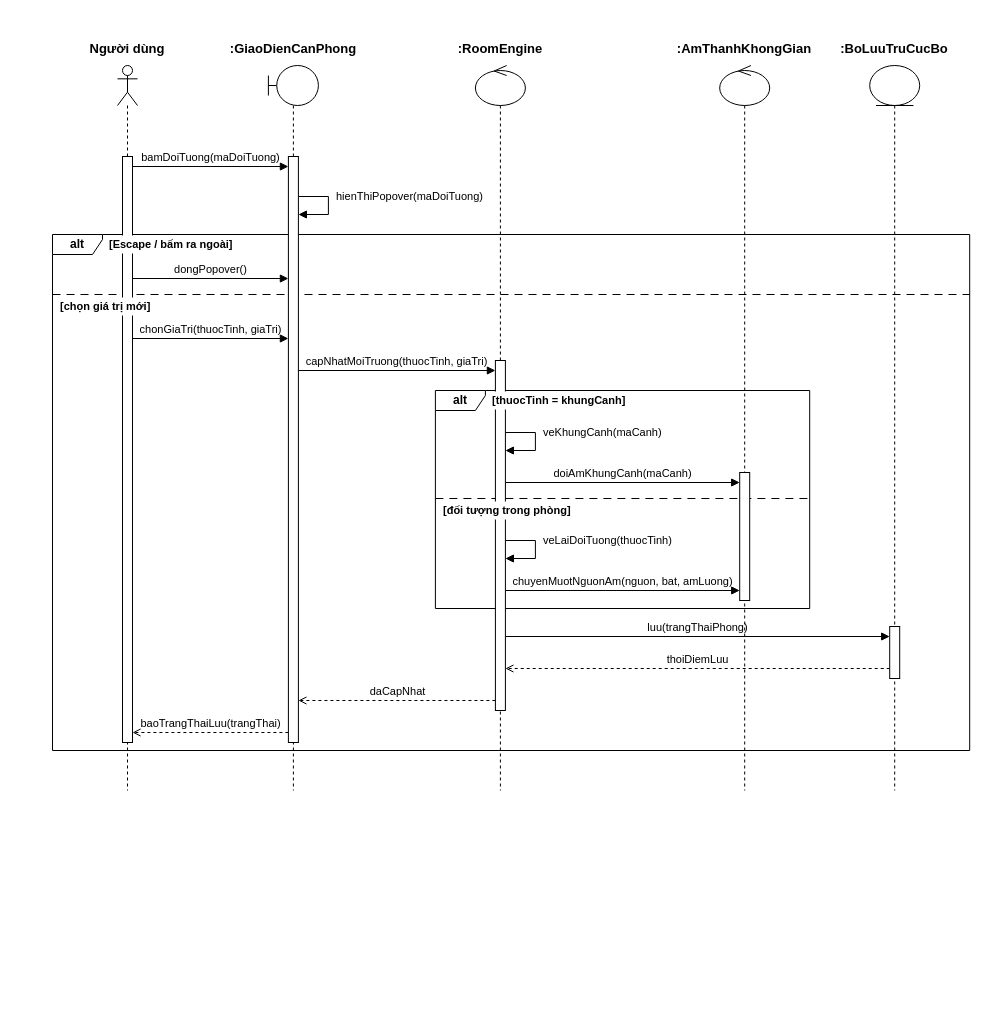
Earlier version of the draw.io diagram page "S2" (15 of 30) of docs/analysis/FocuSpace_Diagrams.drawio (CaoLePhucThinh2203/FocuSpace). Source tidied: cells renumbered, new cells numbered last; positions are measured from the earlier drawing's top-left corner, leaving out a move shared by most shapes. Both pictures are drawn from the tidied source at 100%, with x=0, y=0 at pixel (42, 33).
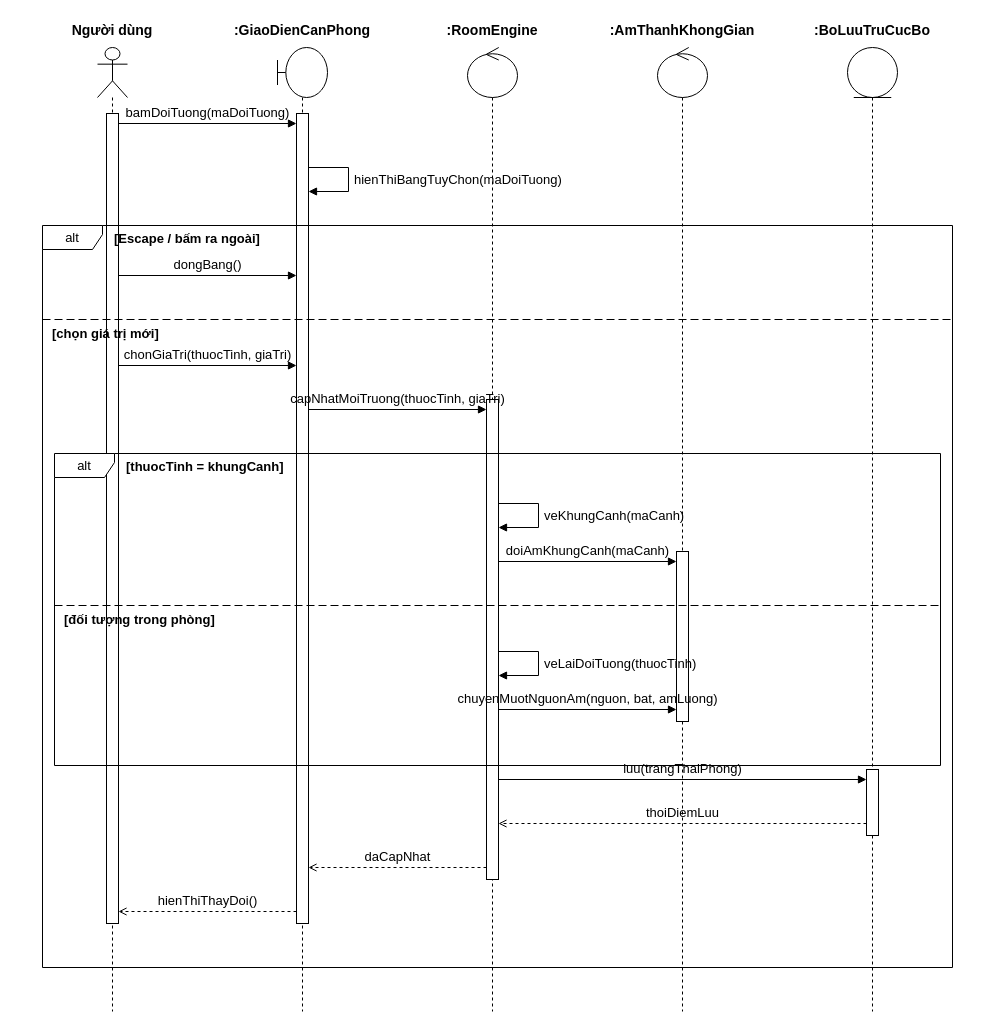
After the change.

Diff of the diagram source:
```diff
@@
-    <mxCell id="2" value="alt" style="shape=umlFrame;whiteSpace=wrap;html=1;width=50;height=20;fontStyle=1;fillColor=none;" parent="1" vertex="1">
-      <mxGeometry x="10" y="201" width="917.2" height="516" as="geometry" />
-    </mxCell>
-    <mxCell id="3" style="line;strokeWidth=1;fillColor=none;align=left;verticalAlign=middle;spacingTop=-1;spacingLeft=3;spacingRight=3;labelPosition=right;strokeColor=inherit;dashed=1;dashPattern=8 6;" parent="1" vertex="1">
-      <mxGeometry x="10" y="257" width="917.2" height="8" as="geometry" />
-    </mxCell>
-    <mxCell id="4" value="alt" style="shape=umlFrame;whiteSpace=wrap;html=1;width=50;height=20;fontStyle=1;fillColor=none;" parent="1" vertex="1">
-      <mxGeometry x="392.9" y="357" width="374.3" height="218" as="geometry" />
-    </mxCell>
-    <mxCell id="5" style="line;strokeWidth=1;fillColor=none;align=left;verticalAlign=middle;spacingTop=-1;spacingLeft=3;spacingRight=3;labelPosition=right;strokeColor=inherit;dashed=1;dashPattern=8 6;" parent="1" vertex="1">
-      <mxGeometry x="392.9" y="461" width="374.3" height="8" as="geometry" />
-    </mxCell>
-    <mxCell id="6" value="Người dùng" style="text;html=1;whiteSpace=wrap;strokeColor=none;fillColor=none;align=center;verticalAlign=middle;rounded=0;fontSize=13;fontStyle=1;" parent="1" vertex="1">
-      <mxGeometry width="170" height="30" as="geometry" />
+    <mxCell id="6" value="Người dùng" style="text;html=1;whiteSpace=wrap;strokeColor=none;fillColor=none;align=center;verticalAlign=middle;rounded=0;fontSize=14;fontStyle=1;" parent="1" vertex="1">
+      <mxGeometry x="-25" y="-16" width="190" height="26" as="geometry" />
     </mxCell>
-    <mxCell id="7" style="shape=umlLifeline;perimeter=lifelinePerimeter;whiteSpace=wrap;html=1;participant=umlActor;size=40;" parent="1" vertex="1">
-      <mxGeometry x="75" y="32" width="20" height="725" as="geometry" />
-    </mxCell>
+    <mxCell id="41" style="shape=umlLifeline;perimeter=lifelinePerimeter;whiteSpace=wrap;html=1;participant=umlActor;size=50;" parent="1" vertex="1">
+      <mxGeometry x="55" y="14" width="30" height="964" as="geometry" />
+    </mxCell>
-    <mxCell id="8" value=":GiaoDienCanPhong" style="text;html=1;whiteSpace=wrap;strokeColor=none;fillColor=none;align=center;verticalAlign=middle;rounded=0;fontSize=13;fontStyle=1;" parent="1" vertex="1">
-      <mxGeometry x="165.9" width="170" height="30" as="geometry" />
+    <mxCell id="8" value=":GiaoDienCanPhong" style="text;html=1;whiteSpace=wrap;strokeColor=none;fillColor=none;align=center;verticalAlign=middle;rounded=0;fontSize=14;fontStyle=1;" parent="1" vertex="1">
+      <mxGeometry x="165" y="-16" width="190" height="26" as="geometry" />
     </mxCell>
-    <mxCell id="9" style="shape=umlLifeline;perimeter=lifelinePerimeter;whiteSpace=wrap;html=1;participant=umlBoundary;size=40;" parent="1" vertex="1">
-      <mxGeometry x="225.9" y="32" width="50" height="725" as="geometry" />
-    </mxCell>
+    <mxCell id="42" style="shape=umlLifeline;perimeter=lifelinePerimeter;whiteSpace=wrap;html=1;participant=umlBoundary;size=50;" parent="1" vertex="1">
+      <mxGeometry x="235" y="14" width="50" height="964" as="geometry" />
+    </mxCell>
-    <mxCell id="10" value=":RoomEngine" style="text;html=1;whiteSpace=wrap;strokeColor=none;fillColor=none;align=center;verticalAlign=middle;rounded=0;fontSize=13;fontStyle=1;" parent="1" vertex="1">
-      <mxGeometry x="372.9" width="170" height="30" as="geometry" />
+    <mxCell id="10" value=":RoomEngine" style="text;html=1;whiteSpace=wrap;strokeColor=none;fillColor=none;align=center;verticalAlign=middle;rounded=0;fontSize=14;fontStyle=1;" parent="1" vertex="1">
+      <mxGeometry x="355" y="-16" width="190" height="26" as="geometry" />
     </mxCell>
-    <mxCell id="11" style="shape=umlLifeline;perimeter=lifelinePerimeter;whiteSpace=wrap;html=1;participant=umlControl;size=40;" parent="1" vertex="1">
-      <mxGeometry x="432.9" y="32" width="50" height="725" as="geometry" />
-    </mxCell>
+    <mxCell id="43" style="shape=umlLifeline;perimeter=lifelinePerimeter;whiteSpace=wrap;html=1;participant=umlControl;size=50;" parent="1" vertex="1">
+      <mxGeometry x="425" y="14" width="50" height="964" as="geometry" />
+    </mxCell>
-    <mxCell id="12" value=":AmThanhKhongGian" style="text;html=1;whiteSpace=wrap;strokeColor=none;fillColor=none;align=center;verticalAlign=middle;rounded=0;fontSize=13;fontStyle=1;" parent="1" vertex="1">
-      <mxGeometry x="617.2" width="170" height="30" as="geometry" />
+    <mxCell id="12" value=":AmThanhKhongGian" style="text;html=1;whiteSpace=wrap;strokeColor=none;fillColor=none;align=center;verticalAlign=middle;rounded=0;fontSize=14;fontStyle=1;" parent="1" vertex="1">
+      <mxGeometry x="545" y="-16" width="190" height="26" as="geometry" />
     </mxCell>
-    <mxCell id="13" style="shape=umlLifeline;perimeter=lifelinePerimeter;whiteSpace=wrap;html=1;participant=umlControl;size=40;" parent="1" vertex="1">
-      <mxGeometry x="677.2" y="32" width="50" height="725" as="geometry" />
-    </mxCell>
+    <mxCell id="44" style="shape=umlLifeline;perimeter=lifelinePerimeter;whiteSpace=wrap;html=1;participant=umlControl;size=50;" parent="1" vertex="1">
+      <mxGeometry x="615" y="14" width="50" height="964" as="geometry" />
+    </mxCell>
-    <mxCell id="14" value=":BoLuuTruCucBo" style="text;html=1;whiteSpace=wrap;strokeColor=none;fillColor=none;align=center;verticalAlign=middle;rounded=0;fontSize=13;fontStyle=1;" parent="1" vertex="1">
-      <mxGeometry x="767.2" width="170" height="30" as="geometry" />
+    <mxCell id="14" value=":BoLuuTruCucBo" style="text;html=1;whiteSpace=wrap;strokeColor=none;fillColor=none;align=center;verticalAlign=middle;rounded=0;fontSize=14;fontStyle=1;" parent="1" vertex="1">
+      <mxGeometry x="735" y="-16" width="190" height="26" as="geometry" />
     </mxCell>
-    <mxCell id="15" style="shape=umlLifeline;perimeter=lifelinePerimeter;whiteSpace=wrap;html=1;participant=umlEntity;size=40;" parent="1" vertex="1">
-      <mxGeometry x="827.2" y="32" width="50" height="725" as="geometry" />
-    </mxCell>
+    <mxCell id="45" style="shape=umlLifeline;perimeter=lifelinePerimeter;whiteSpace=wrap;html=1;participant=umlEntity;size=50;" parent="1" vertex="1">
+      <mxGeometry x="805" y="14" width="50" height="964" as="geometry" />
+    </mxCell>
+    <mxCell id="46" style="html=1;perimeter=orthogonalPerimeter;targetShapes=umlLifeline;" parent="1" vertex="1">
+      <mxGeometry x="64" y="80" width="12" height="810" as="geometry" />
+    </mxCell>
+    <mxCell id="47" style="html=1;perimeter=orthogonalPerimeter;targetShapes=umlLifeline;" parent="1" vertex="1">
+      <mxGeometry x="254" y="80" width="12" height="810" as="geometry" />
+    </mxCell>
+    <mxCell id="48" style="html=1;perimeter=orthogonalPerimeter;targetShapes=umlLifeline;" parent="1" vertex="1">
+      <mxGeometry x="444" y="366" width="12" height="480" as="geometry" />
+    </mxCell>
+    <mxCell id="49" style="html=1;perimeter=orthogonalPerimeter;targetShapes=umlLifeline;" parent="1" vertex="1">
+      <mxGeometry x="634" y="518" width="12" height="170" as="geometry" />
+    </mxCell>
+    <mxCell id="50" style="html=1;perimeter=orthogonalPerimeter;targetShapes=umlLifeline;" parent="1" vertex="1">
+      <mxGeometry x="824" y="736" width="12" height="66" as="geometry" />
+    </mxCell>
+    <mxCell id="51" value="alt" style="shape=umlFrame;whiteSpace=wrap;html=1;width=60;height=24;fontSize=13;" parent="1" vertex="1">
+      <mxGeometry x="12" y="420" width="886" height="312" as="geometry" />
+    </mxCell>
+    <mxCell id="39" value="[thuocTinh = khungCanh]" style="text;html=1;whiteSpace=wrap;strokeColor=none;fillColor=none;align=left;verticalAlign=middle;rounded=0;fontStyle=1;fontSize=13;" parent="1" vertex="1">
+      <mxGeometry x="82" y="422" width="520" height="22" as="geometry" />
+    </mxCell>
+    <mxCell id="52" style="endArrow=none;dashed=1;html=1;rounded=0;dashPattern=8 4;" parent="1" edge="1">
+      <mxGeometry relative="1" as="geometry">
+        <mxPoint x="12" y="572" as="sourcePoint" />
+        <mxPoint x="898" y="572" as="targetPoint" />
+      </mxGeometry>
+    </mxCell>
+    <mxCell id="40" value="[đối tượng trong phòng]" style="text;html=1;whiteSpace=wrap;strokeColor=none;fillColor=none;align=left;verticalAlign=middle;rounded=0;fontStyle=1;fontSize=13;" parent="1" vertex="1">
+      <mxGeometry x="20" y="575" width="520" height="22" as="geometry" />
+    </mxCell>
+    <mxCell id="53" value="alt" style="shape=umlFrame;whiteSpace=wrap;html=1;width=60;height=24;fontSize=13;" parent="1" vertex="1">
+      <mxGeometry y="192" width="910" height="742" as="geometry" />
+    </mxCell>
+    <mxCell id="37" value="[Escape / bấm ra ngoài]" style="text;html=1;whiteSpace=wrap;strokeColor=none;fillColor=none;align=left;verticalAlign=middle;rounded=0;fontStyle=1;fontSize=13;" parent="1" vertex="1">
+      <mxGeometry x="70" y="194" width="520" height="22" as="geometry" />
+    </mxCell>
+    <mxCell id="54" style="endArrow=none;dashed=1;html=1;rounded=0;dashPattern=8 4;" parent="1" edge="1">
+      <mxGeometry relative="1" as="geometry">
+        <mxPoint y="286" as="sourcePoint" />
+        <mxPoint x="910" y="286" as="targetPoint" />
+      </mxGeometry>
+    </mxCell>
+    <mxCell id="38" value="[chọn giá trị mới]" style="text;html=1;whiteSpace=wrap;strokeColor=none;fillColor=none;align=left;verticalAlign=middle;rounded=0;fontStyle=1;fontSize=13;" parent="1" vertex="1">
+      <mxGeometry x="8" y="289" width="520" height="22" as="geometry" />
+    </mxCell>
-    <mxCell id="16" value="bamDoiTuong(maDoiTuong)" style="html=1;verticalAlign=bottom;endArrow=block;endFill=1;fontSize=11;labelBackgroundColor=none;rounded=0;" parent="1" edge="1">
+    <mxCell id="16" value="bamDoiTuong(maDoiTuong)" style="html=1;verticalAlign=bottom;endArrow=block;endFill=1;rounded=0;fontSize=13;labelBackgroundColor=none;" parent="1" edge="1">
       <mxGeometry relative="1" as="geometry">
-        <mxPoint x="90" y="133" as="sourcePoint" />
-        <mxPoint x="245.9" y="133" as="targetPoint" />
+        <mxPoint x="76" y="90" as="sourcePoint" />
+        <mxPoint x="254" y="90" as="targetPoint" />
       </mxGeometry>
     </mxCell>
-    <mxCell id="17" style="html=1;endArrow=block;endFill=1;rounded=0;edgeStyle=none;" parent="1" edge="1">
-      <mxGeometry relative="1" as="geometry">
-        <mxPoint x="255.9" y="163" as="sourcePoint" />
-        <mxPoint x="255.9" y="181" as="targetPoint" />
-        <Array as="points">
-          <mxPoint x="285.9" y="163" />
-          <mxPoint x="285.9" y="181" />
-        </Array>
-      </mxGeometry>
-    </mxCell>
-    <mxCell id="18" value="hienThiPopover(maDoiTuong)" style="text;html=1;whiteSpace=wrap;strokeColor=none;fillColor=none;align=left;verticalAlign=middle;rounded=0;fontSize=11;" parent="1" vertex="1">
-      <mxGeometry x="291.9" y="154" width="157" height="18" as="geometry" />
-    </mxCell>
-    <mxCell id="19" value="dongPopover()" style="html=1;verticalAlign=bottom;endArrow=block;endFill=1;fontSize=11;labelBackgroundColor=none;rounded=0;" parent="1" edge="1">
-      <mxGeometry relative="1" as="geometry">
-        <mxPoint x="90" y="245" as="sourcePoint" />
-        <mxPoint x="245.9" y="245" as="targetPoint" />
-      </mxGeometry>
-    </mxCell>
+    <mxCell id="55" value="hienThiBangTuyChon(maDoiTuong)" style="html=1;align=left;spacingLeft=4;endArrow=block;endFill=1;rounded=0;edgeStyle=orthogonalEdgeStyle;fontSize=13;labelBackgroundColor=none;" parent="1" edge="1">
+      <mxGeometry relative="1" as="geometry">
+        <mxPoint x="266" y="134" as="sourcePoint" />
+        <mxPoint x="266" y="158" as="targetPoint" />
+        <Array as="points">
+          <mxPoint x="306" y="134" />
+          <mxPoint x="306" y="158" />
+        </Array>
+      </mxGeometry>
+    </mxCell>
+    <mxCell id="56" value="dongBang()" style="html=1;verticalAlign=bottom;endArrow=block;endFill=1;rounded=0;fontSize=13;labelBackgroundColor=none;" parent="1" edge="1">
+      <mxGeometry relative="1" as="geometry">
+        <mxPoint x="76" y="242" as="sourcePoint" />
+        <mxPoint x="254" y="242" as="targetPoint" />
+      </mxGeometry>
+    </mxCell>
-    <mxCell id="20" value="chonGiaTri(thuocTinh, giaTri)" style="html=1;verticalAlign=bottom;endArrow=block;endFill=1;fontSize=11;labelBackgroundColor=none;rounded=0;" parent="1" edge="1">
+    <mxCell id="20" value="chonGiaTri(thuocTinh, giaTri)" style="html=1;verticalAlign=bottom;endArrow=block;endFill=1;rounded=0;fontSize=13;labelBackgroundColor=none;" parent="1" edge="1">
       <mxGeometry relative="1" as="geometry">
-        <mxPoint x="90" y="305" as="sourcePoint" />
-        <mxPoint x="245.9" y="305" as="targetPoint" />
+        <mxPoint x="76" y="332" as="sourcePoint" />
+        <mxPoint x="254" y="332" as="targetPoint" />
       </mxGeometry>
     </mxCell>
-    <mxCell id="21" value="capNhatMoiTruong(thuocTinh, giaTri)" style="html=1;verticalAlign=bottom;endArrow=block;endFill=1;fontSize=11;labelBackgroundColor=none;rounded=0;" parent="1" edge="1">
+    <mxCell id="21" value="capNhatMoiTruong(thuocTinh, giaTri)" style="html=1;verticalAlign=bottom;endArrow=block;endFill=1;rounded=0;fontSize=13;labelBackgroundColor=none;" parent="1" edge="1">
       <mxGeometry relative="1" as="geometry">
-        <mxPoint x="255.9" y="337" as="sourcePoint" />
-        <mxPoint x="452.9" y="337" as="targetPoint" />
+        <mxPoint x="266" y="376" as="sourcePoint" />
+        <mxPoint x="444" y="376" as="targetPoint" />
       </mxGeometry>
     </mxCell>
-    <mxCell id="22" style="html=1;endArrow=block;endFill=1;rounded=0;edgeStyle=none;" parent="1" edge="1">
-      <mxGeometry relative="1" as="geometry">
-        <mxPoint x="462.9" y="399" as="sourcePoint" />
-        <mxPoint x="462.9" y="417" as="targetPoint" />
-        <Array as="points">
-          <mxPoint x="492.9" y="399" />
-          <mxPoint x="492.9" y="417" />
-        </Array>
-      </mxGeometry>
-    </mxCell>
-    <mxCell id="23" value="veKhungCanh(maCanh)" style="text;html=1;whiteSpace=wrap;strokeColor=none;fillColor=none;align=left;verticalAlign=middle;rounded=0;fontSize=11;" parent="1" vertex="1">
-      <mxGeometry x="498.9" y="390" width="128.7" height="18" as="geometry" />
+    <mxCell id="23" value="veKhungCanh(maCanh)" style="html=1;align=left;spacingLeft=4;endArrow=block;endFill=1;rounded=0;edgeStyle=orthogonalEdgeStyle;fontSize=13;labelBackgroundColor=none;" parent="1" edge="1">
+      <mxGeometry relative="1" as="geometry">
+        <mxPoint x="456" y="470" as="sourcePoint" />
+        <mxPoint x="456" y="494" as="targetPoint" />
+        <Array as="points">
+          <mxPoint x="496" y="470" />
+          <mxPoint x="496" y="494" />
+        </Array>
+      </mxGeometry>
     </mxCell>
-    <mxCell id="24" value="doiAmKhungCanh(maCanh)" style="html=1;verticalAlign=bottom;endArrow=block;endFill=1;fontSize=11;labelBackgroundColor=none;rounded=0;" parent="1" edge="1">
+    <mxCell id="24" value="doiAmKhungCanh(maCanh)" style="html=1;verticalAlign=bottom;endArrow=block;endFill=1;rounded=0;fontSize=13;labelBackgroundColor=none;" parent="1" edge="1">
       <mxGeometry relative="1" as="geometry">
-        <mxPoint x="462.9" y="449" as="sourcePoint" />
-        <mxPoint x="697.2" y="449" as="targetPoint" />
+        <mxPoint x="456" y="528" as="sourcePoint" />
+        <mxPoint x="634" y="528" as="targetPoint" />
       </mxGeometry>
     </mxCell>
-    <mxCell id="25" style="html=1;endArrow=block;endFill=1;rounded=0;edgeStyle=none;" parent="1" edge="1">
-      <mxGeometry relative="1" as="geometry">
-        <mxPoint x="462.9" y="507" as="sourcePoint" />
-        <mxPoint x="462.9" y="525" as="targetPoint" />
-        <Array as="points">
-          <mxPoint x="492.9" y="507" />
-          <mxPoint x="492.9" y="525" />
-        </Array>
-      </mxGeometry>
-    </mxCell>
-    <mxCell id="26" value="veLaiDoiTuong(thuocTinh)" style="text;html=1;whiteSpace=wrap;strokeColor=none;fillColor=none;align=left;verticalAlign=middle;rounded=0;fontSize=11;" parent="1" vertex="1">
-      <mxGeometry x="498.9" y="498" width="138.9" height="18" as="geometry" />
+    <mxCell id="26" value="veLaiDoiTuong(thuocTinh)" style="html=1;align=left;spacingLeft=4;endArrow=block;endFill=1;rounded=0;edgeStyle=orthogonalEdgeStyle;fontSize=13;labelBackgroundColor=none;" parent="1" edge="1">
+      <mxGeometry relative="1" as="geometry">
+        <mxPoint x="456" y="618" as="sourcePoint" />
+        <mxPoint x="456" y="642" as="targetPoint" />
+        <Array as="points">
+          <mxPoint x="496" y="618" />
+          <mxPoint x="496" y="642" />
+        </Array>
+      </mxGeometry>
     </mxCell>
-    <mxCell id="27" value="chuyenMuotNguonAm(nguon, bat, amLuong)" style="html=1;verticalAlign=bottom;endArrow=block;endFill=1;fontSize=11;labelBackgroundColor=none;rounded=0;" parent="1" edge="1">
+    <mxCell id="27" value="chuyenMuotNguonAm(nguon, bat, amLuong)" style="html=1;verticalAlign=bottom;endArrow=block;endFill=1;rounded=0;fontSize=13;labelBackgroundColor=none;" parent="1" edge="1">
       <mxGeometry relative="1" as="geometry">
-        <mxPoint x="462.9" y="557" as="sourcePoint" />
-        <mxPoint x="697.2" y="557" as="targetPoint" />
+        <mxPoint x="456" y="676" as="sourcePoint" />
+        <mxPoint x="634" y="676" as="targetPoint" />
       </mxGeometry>
     </mxCell>
-    <mxCell id="28" value="luu(trangThaiPhong)" style="html=1;verticalAlign=bottom;endArrow=block;endFill=1;fontSize=11;labelBackgroundColor=none;rounded=0;" parent="1" edge="1">
+    <mxCell id="28" value="luu(trangThaiPhong)" style="html=1;verticalAlign=bottom;endArrow=block;endFill=1;rounded=0;fontSize=13;labelBackgroundColor=none;" parent="1" edge="1">
       <mxGeometry relative="1" as="geometry">
-        <mxPoint x="462.9" y="603" as="sourcePoint" />
-        <mxPoint x="847.2" y="603" as="targetPoint" />
+        <mxPoint x="456" y="746" as="sourcePoint" />
+        <mxPoint x="824" y="746" as="targetPoint" />
       </mxGeometry>
     </mxCell>
-    <mxCell id="29" value="thoiDiemLuu" style="html=1;verticalAlign=bottom;endArrow=open;endFill=0;dashed=1;fontSize=11;labelBackgroundColor=none;rounded=0;" parent="1" edge="1">
+    <mxCell id="29" value="thoiDiemLuu" style="html=1;verticalAlign=bottom;endArrow=open;endFill=0;dashed=1;rounded=0;fontSize=13;labelBackgroundColor=none;" parent="1" edge="1">
       <mxGeometry relative="1" as="geometry">
-        <mxPoint x="847.2" y="635" as="sourcePoint" />
-        <mxPoint x="462.9" y="635" as="targetPoint" />
+        <mxPoint x="824" y="790" as="sourcePoint" />
+        <mxPoint x="456" y="790" as="targetPoint" />
       </mxGeometry>
     </mxCell>
-    <mxCell id="30" value="daCapNhat" style="html=1;verticalAlign=bottom;endArrow=open;endFill=0;dashed=1;fontSize=11;labelBackgroundColor=none;rounded=0;" parent="1" edge="1">
+    <mxCell id="30" value="daCapNhat" style="html=1;verticalAlign=bottom;endArrow=open;endFill=0;dashed=1;rounded=0;fontSize=13;labelBackgroundColor=none;" parent="1" edge="1">
       <mxGeometry relative="1" as="geometry">
-        <mxPoint x="452.9" y="667" as="sourcePoint" />
-        <mxPoint x="255.9" y="667" as="targetPoint" />
+        <mxPoint x="444" y="834" as="sourcePoint" />
+        <mxPoint x="266" y="834" as="targetPoint" />
       </mxGeometry>
     </mxCell>
-    <mxCell id="31" value="baoTrangThaiLuu(trangThai)" style="html=1;verticalAlign=bottom;endArrow=open;endFill=0;dashed=1;fontSize=11;labelBackgroundColor=none;rounded=0;" parent="1" edge="1">
-      <mxGeometry relative="1" as="geometry">
-        <mxPoint x="245.9" y="699" as="sourcePoint" />
-        <mxPoint x="90" y="699" as="targetPoint" />
-      </mxGeometry>
-    </mxCell>
-    <mxCell id="32" style="html=1;fillColor=#ffffff;" parent="1" vertex="1">
-      <mxGeometry x="80" y="123" width="10" height="586" as="geometry" />
-    </mxCell>
-    <mxCell id="33" style="html=1;fillColor=#ffffff;" parent="1" vertex="1">
-      <mxGeometry x="245.9" y="123" width="10" height="586" as="geometry" />
-    </mxCell>
-    <mxCell id="34" style="html=1;fillColor=#ffffff;" parent="1" vertex="1">
-      <mxGeometry x="452.9" y="327" width="10" height="350" as="geometry" />
-    </mxCell>
-    <mxCell id="35" style="html=1;fillColor=#ffffff;" parent="1" vertex="1">
-      <mxGeometry x="697.2" y="439" width="10" height="128" as="geometry" />
-    </mxCell>
-    <mxCell id="36" style="html=1;fillColor=#ffffff;" parent="1" vertex="1">
-      <mxGeometry x="847.2" y="593" width="10" height="52" as="geometry" />
-    </mxCell>
-    <mxCell id="37" value="[Escape / bấm ra ngoài]" style="text;html=1;whiteSpace=wrap;strokeColor=none;fillColor=#ffffff;align=left;verticalAlign=middle;rounded=0;fontSize=11;fontStyle=1;" parent="1" vertex="1">
-      <mxGeometry x="65" y="202" width="133.6" height="18" as="geometry" />
-    </mxCell>
-    <mxCell id="38" value="[chọn giá trị mới]" style="text;html=1;whiteSpace=wrap;strokeColor=none;fillColor=#ffffff;align=left;verticalAlign=middle;rounded=0;fontSize=11;fontStyle=1;" parent="1" vertex="1">
-      <mxGeometry x="16" y="264" width="100.4" height="18" as="geometry" />
-    </mxCell>
-    <mxCell id="39" value="[thuocTinh = khungCanh]" style="text;html=1;whiteSpace=wrap;strokeColor=none;fillColor=#ffffff;align=left;verticalAlign=middle;rounded=0;fontSize=11;fontStyle=1;" parent="1" vertex="1">
-      <mxGeometry x="447.9" y="358" width="143.3" height="18" as="geometry" />
-    </mxCell>
-    <mxCell id="40" value="[đối tượng trong phòng]" style="text;html=1;whiteSpace=wrap;strokeColor=none;fillColor=#ffffff;align=left;verticalAlign=middle;rounded=0;fontSize=11;fontStyle=1;" parent="1" vertex="1">
-      <mxGeometry x="398.9" y="468" width="137.6" height="18" as="geometry" />
-    </mxCell>
+    <mxCell id="57" value="hienThiThayDoi()" style="html=1;verticalAlign=bottom;endArrow=open;endFill=0;dashed=1;rounded=0;fontSize=13;labelBackgroundColor=none;" parent="1" edge="1">
+      <mxGeometry relative="1" as="geometry">
+        <mxPoint x="254" y="878" as="sourcePoint" />
+        <mxPoint x="76" y="878" as="targetPoint" />
+      </mxGeometry>
+    </mxCell>
```
